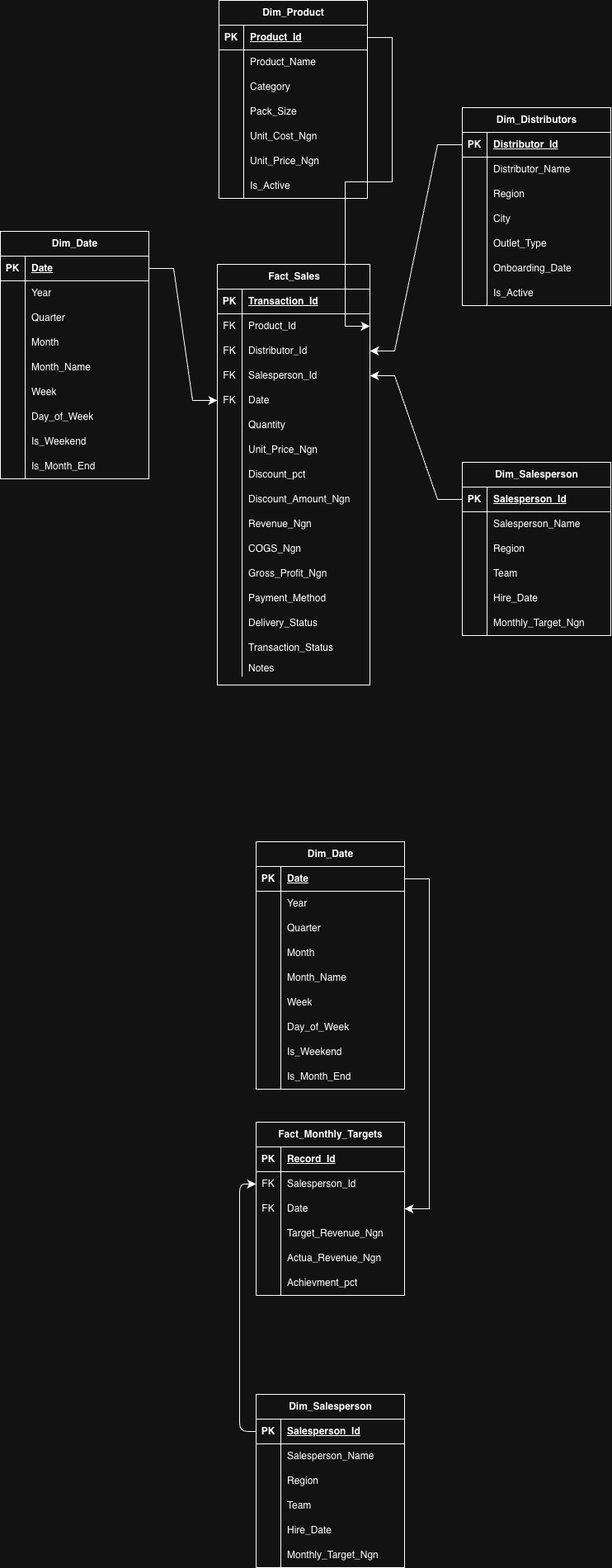
Stunning-Coder/fmn-data-engineering-assessment keeps this draw.io diagram as docs/star_schema.png. Above is the earlier version. Source tidied: cells renumbered, new cells last; positions are measured from the earlier drawing's top-left corner, leaving out a move shared by most shapes.
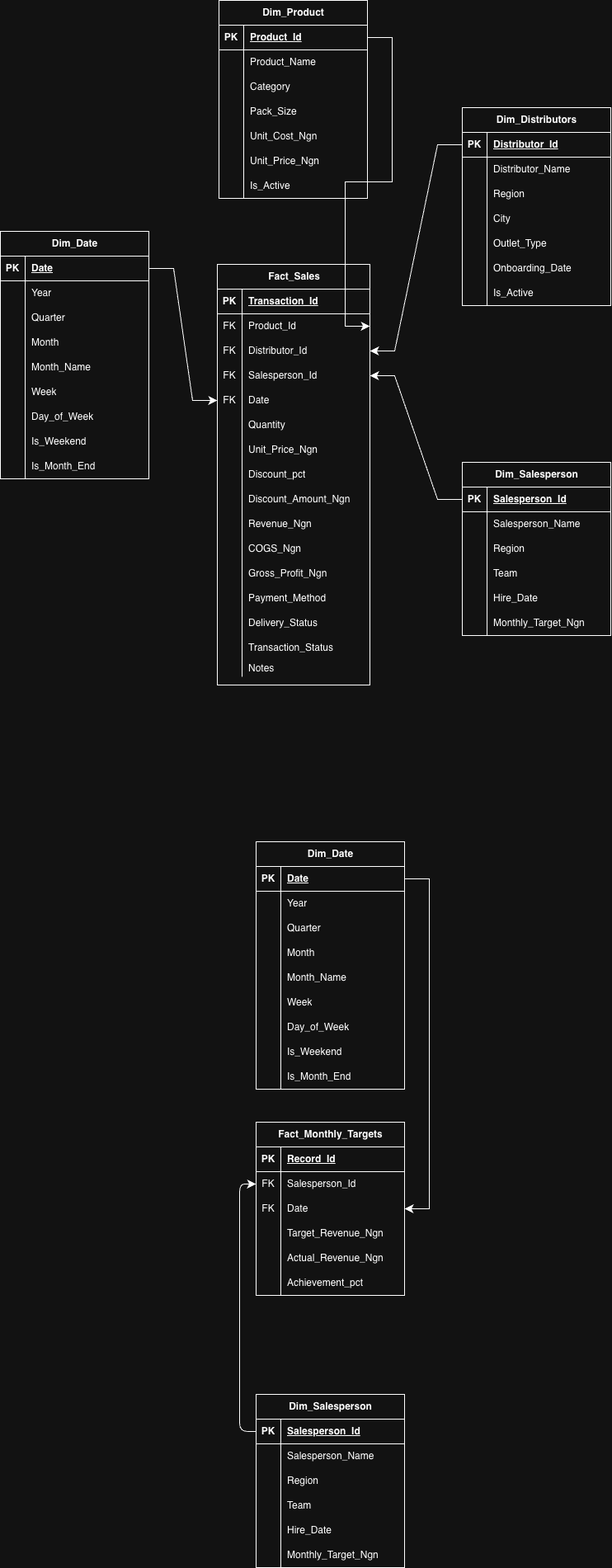
After the commit.

Commit message:
Design star schema

The edit, as a diff of the source:
```diff
@@ -469,7 +469,7 @@
     <mxCell id="156" style="shape=partialRectangle;fillColor=none;top=0;left=0;bottom=0;right=0;overflow=hidden;whiteSpace=wrap;html=1;" parent="155" vertex="1">
       <mxGeometry width="30" height="30" as="geometry" />
     </mxCell>
-    <mxCell id="157" value="Actua_Revenue_Ngn" style="shape=partialRectangle;fillColor=none;top=0;left=0;bottom=0;right=0;align=left;spacingLeft=6;overflow=hidden;whiteSpace=wrap;html=1;" parent="155" vertex="1">
+    <mxCell id="157" value="Actual_Revenue_Ngn" style="shape=partialRectangle;fillColor=none;top=0;left=0;bottom=0;right=0;align=left;spacingLeft=6;overflow=hidden;whiteSpace=wrap;html=1;" parent="155" vertex="1">
       <mxGeometry x="30" width="150" height="30" as="geometry" />
     </mxCell>
     <mxCell id="158" style="shape=tableRow;horizontal=0;startSize=0;swimlaneHead=0;swimlaneBody=0;fillColor=none;top=0;left=0;right=0;bottom=0;" parent="142" vertex="1">
@@ -478,7 +478,7 @@
     <mxCell id="159" style="shape=partialRectangle;fillColor=none;top=0;left=0;bottom=0;right=0;overflow=hidden;whiteSpace=wrap;html=1;" parent="158" vertex="1">
       <mxGeometry width="30" height="30" as="geometry" />
     </mxCell>
-    <mxCell id="160" value="Achievment_pct" style="shape=partialRectangle;fillColor=none;top=0;left=0;bottom=0;right=0;align=left;spacingLeft=6;overflow=hidden;whiteSpace=wrap;html=1;" parent="158" vertex="1">
+    <mxCell id="160" value="Achievement_pct" style="shape=partialRectangle;fillColor=none;top=0;left=0;bottom=0;right=0;align=left;spacingLeft=6;overflow=hidden;whiteSpace=wrap;html=1;" parent="158" vertex="1">
       <mxGeometry x="30" width="150" height="30" as="geometry" />
     </mxCell>
     <mxCell id="161" style="shape=partialRectangle;fillColor=none;top=0;left=0;bottom=0;right=0;overflow=hidden;whiteSpace=wrap;html=1;" parent="1" vertex="1">
```
